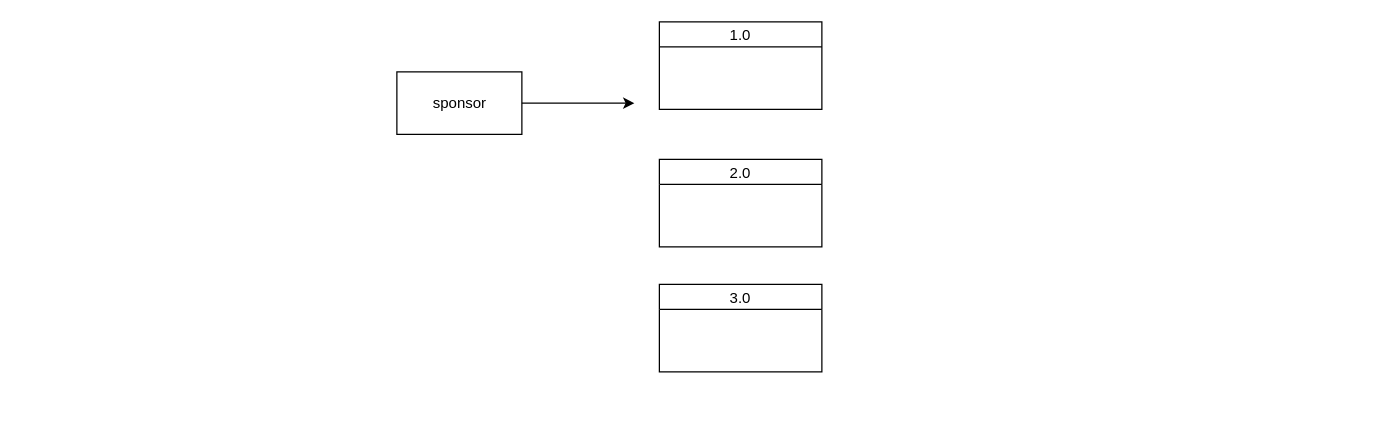
Earlier version of the draw.io diagram DFD.drawio (forthegame/ANU2024). Source tidied: cells renumbered, new cells numbered last; positions are measured from the earlier drawing's top-left corner, leaving out a move shared by most shapes. Both pictures are drawn from the tidied source at 125%, with x=0, y=0 at pixel (396, 21).
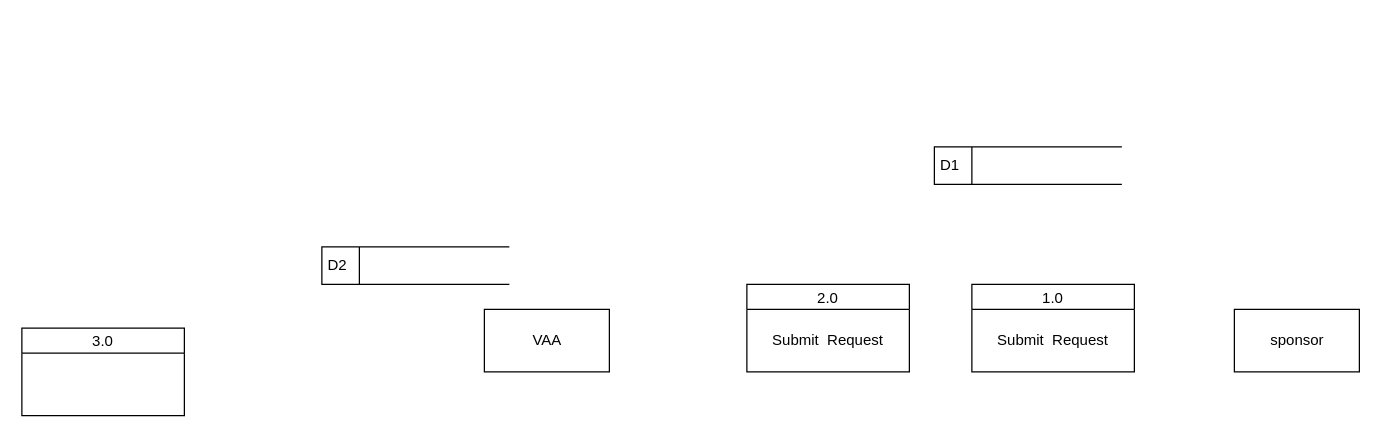
After the change.

Diff of the diagram source:
```diff
@@
 <mxGraphModel>
   <root>
     <mxCell id="0" />
     <mxCell id="1" parent="0" />
     <mxCell id="2" value="sponsor" style="html=1;dashed=0;whitespace=wrap;" parent="1" vertex="1">
-      <mxGeometry y="40" width="100" height="50" as="geometry" />
+      <mxGeometry x="670" y="230" width="100" height="50" as="geometry" />
     </mxCell>
-    <mxCell id="3" style="endArrow=classic;html=1;exitX=1;exitY=0.5;exitDx=0;exitDy=0;" parent="1" edge="1" source="2">
-      <mxGeometry relative="1" as="geometry">
-        <mxPoint x="190" y="65" as="targetPoint" />
-      </mxGeometry>
-    </mxCell>
     <mxCell id="4" value="1.0" style="swimlane;fontStyle=0;horizontal=1;startSize=20;fillColor=#ffffff;swimlaneFillColor=#ffffff;" parent="1" vertex="1">
-      <mxGeometry x="210" width="130" height="70" as="geometry" />
+      <mxGeometry x="460" y="210" width="130" height="70" as="geometry" />
     </mxCell>
+    <mxCell id="7" value="Submit&amp;nbsp; Request" style="text;html=1;strokeColor=none;fillColor=none;align=center;verticalAlign=middle;whiteSpace=wrap;rounded=0;" parent="4" vertex="1">
+      <mxGeometry y="20" width="130" height="50" as="geometry" />
+    </mxCell>
+    <mxCell id="6" value="3.0" style="swimlane;fontStyle=0;horizontal=1;startSize=20;fillColor=#ffffff;swimlaneFillColor=#ffffff;" parent="1" vertex="1">
+      <mxGeometry x="-300" y="245" width="130" height="70" as="geometry" />
+    </mxCell>
+    <mxCell id="8" value="D1" style="html=1;dashed=0;whitespace=wrap;shape=mxgraph.dfd.dataStoreID;align=left;spacingLeft=3;" parent="1" vertex="1">
+      <mxGeometry x="430" y="100" width="150" height="30" as="geometry" />
+    </mxCell>
+    <mxCell id="9" value="VAA" style="html=1;dashed=0;whitespace=wrap;" parent="1" vertex="1">
+      <mxGeometry x="70" y="230" width="100" height="50" as="geometry" />
+    </mxCell>
+    <mxCell id="10" value="D2" style="html=1;dashed=0;whitespace=wrap;shape=mxgraph.dfd.dataStoreID;align=left;spacingLeft=3;" parent="1" vertex="1">
+      <mxGeometry x="-60" y="180" width="150" height="30" as="geometry" />
+    </mxCell>
     <mxCell id="5" value="2.0" style="swimlane;fontStyle=0;horizontal=1;startSize=20;fillColor=#ffffff;swimlaneFillColor=#ffffff;" parent="1" vertex="1">
-      <mxGeometry x="210" y="110" width="130" height="70" as="geometry" />
+      <mxGeometry x="280" y="210" width="130" height="70" as="geometry" />
     </mxCell>
-    <mxCell id="6" value="3.0" style="swimlane;fontStyle=0;horizontal=1;startSize=20;fillColor=#ffffff;swimlaneFillColor=#ffffff;" parent="1" vertex="1">
-      <mxGeometry x="210" y="210" width="130" height="70" as="geometry" />
-    </mxCell>
+    <mxCell id="11" value="Submit&amp;nbsp; Request" style="text;html=1;strokeColor=none;fillColor=none;align=center;verticalAlign=middle;whiteSpace=wrap;rounded=0;" parent="5" vertex="1">
+      <mxGeometry y="20" width="130" height="50" as="geometry" />
+    </mxCell>
   </root>
 </mxGraphModel>
```
